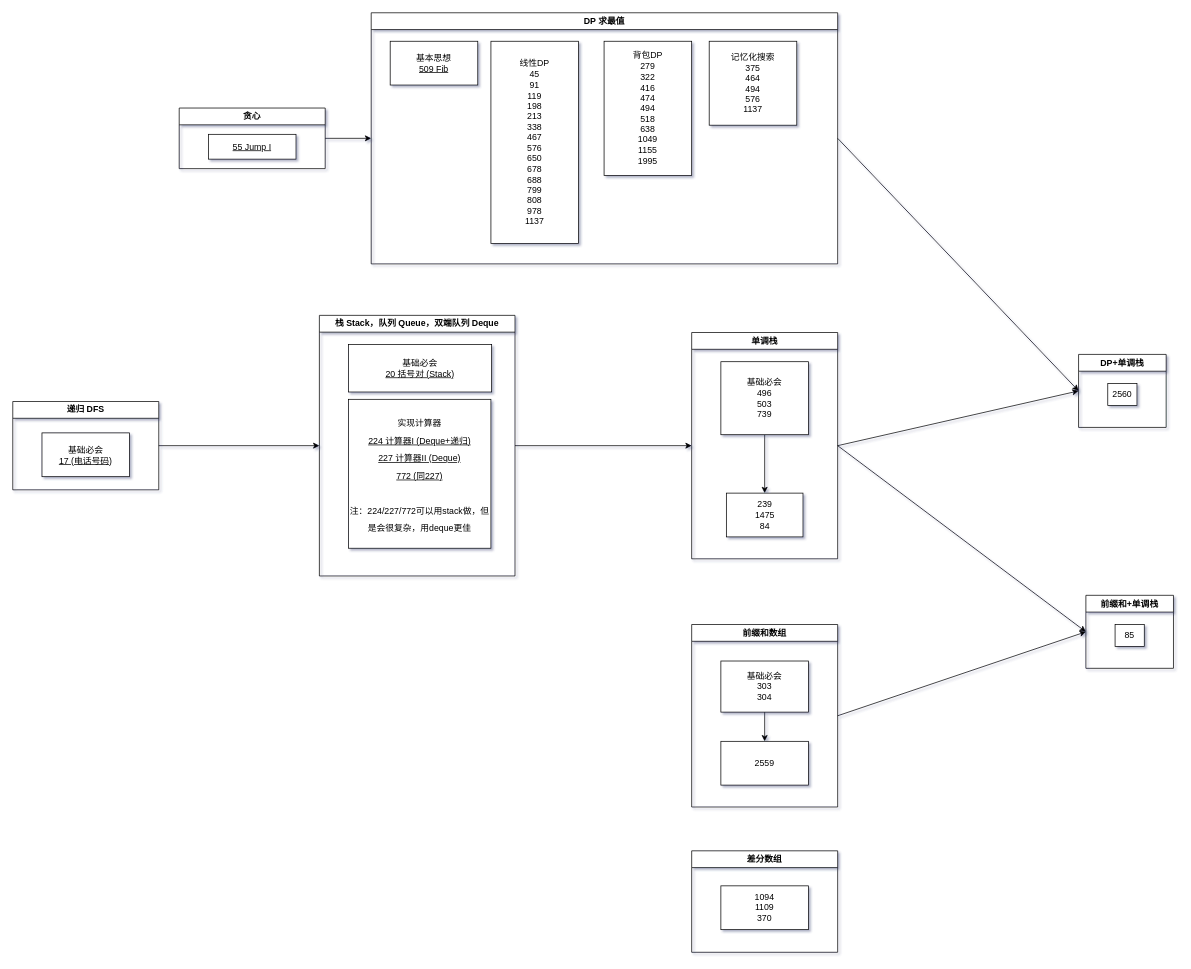
jssonx/algo-playground keeps this draw.io diagram as drawio/map.drawio. Above is the earlier version. Source tidied: cells renumbered, new cells numbered last; positions are measured from the earlier drawing's top-left corner, leaving out a move shared by most shapes. Both pictures are drawn from the tidied source at 73%, with x=0, y=0 at pixel (12, 12).
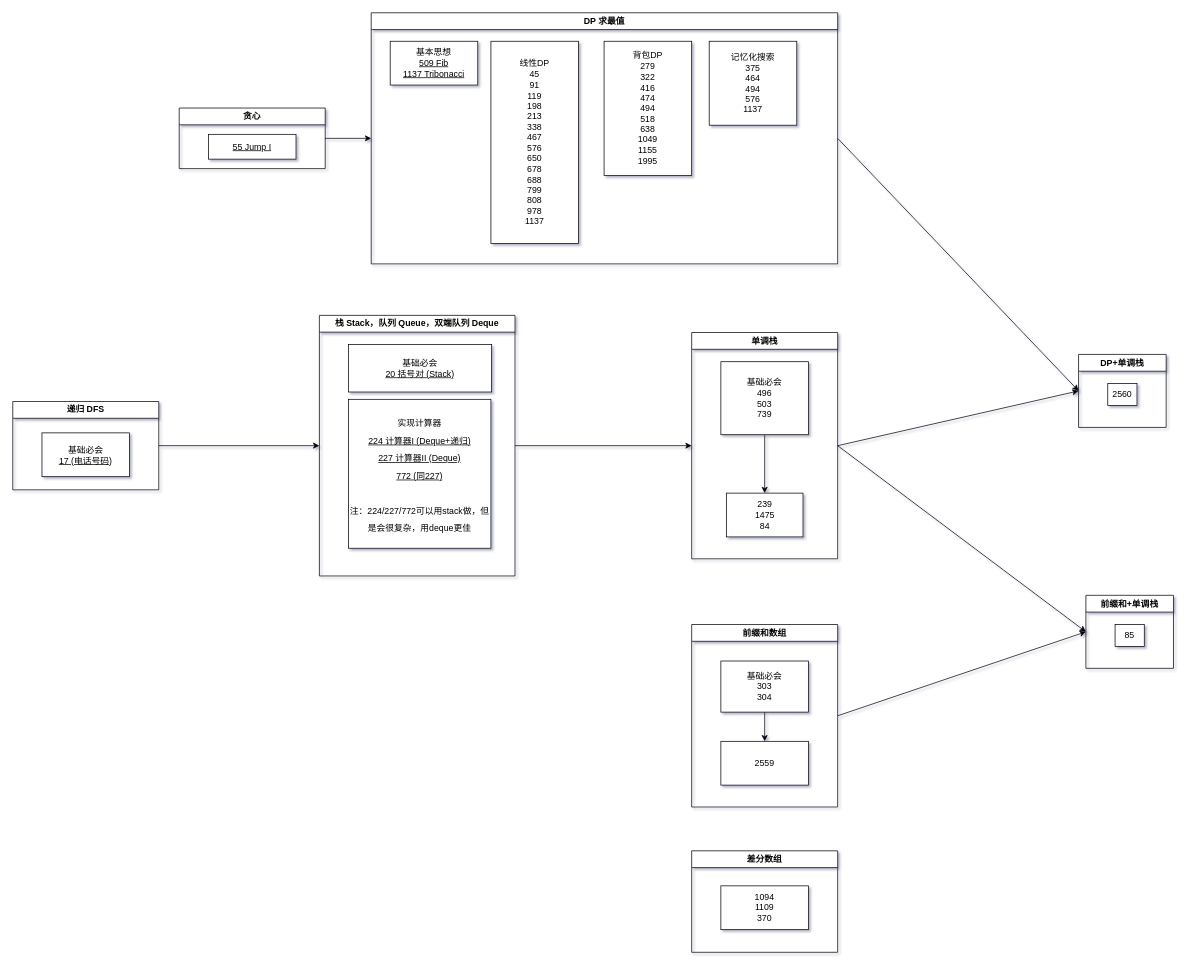
Above is the later version.

The change refers to these unchanged cells:
```xml
<mxCell id="18" value="DP 求最值" style="swimlane;whiteSpace=wrap;html=1;rounded=0;" parent="1" vertex="1">
  <mxGeometry x="491" width="639" height="344" as="geometry" />
</mxCell>
```

Diff of the diagram source:
```diff
@@
-    <mxCell id="21" value="基本思想&lt;br&gt;&lt;u&gt;509 Fib&lt;/u&gt;" style="whiteSpace=wrap;html=1;" parent="18" vertex="1">
+    <mxCell id="21" value="基本思想&lt;br&gt;&lt;u&gt;509 Fib&lt;br&gt;1137 Tribonacci&lt;br&gt;&lt;/u&gt;" style="whiteSpace=wrap;html=1;" parent="18" vertex="1">
       <mxGeometry x="26" y="39" width="120" height="60" as="geometry" />
     </mxCell>
```
